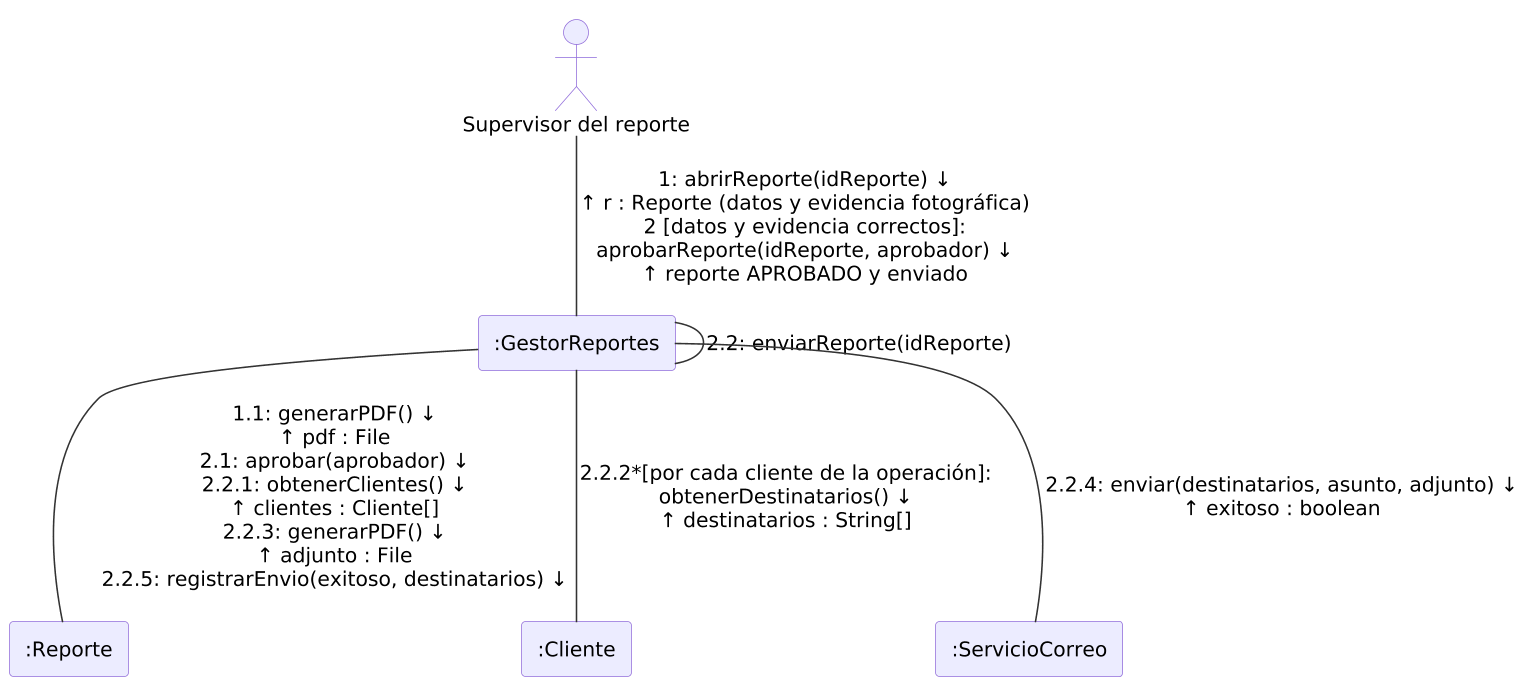
Before: Figuras/diagramas/20-col-validar-reporte.png, a diagram exported from PlantUML (RenatoEspina/Latex-proyecto).
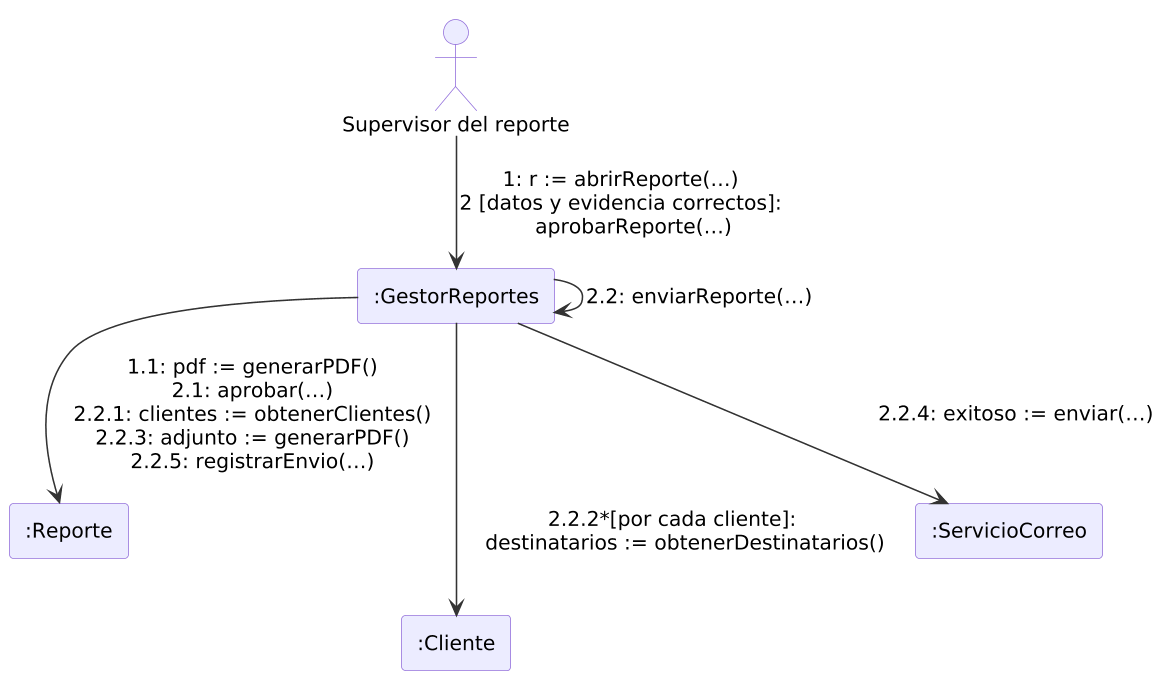
Above is the later version.

Change to the diagram source:
```diff
@@ -1,15 +1,17 @@
 @startuml
 skinparamlocked dpi 150
 !include _estilo.iuml
+
 actor "Supervisor del reporte" as SUP
 rectangle ":GestorReportes" as GR
 rectangle ":Reporte" as R
 rectangle ":Cliente" as C
 rectangle ":ServicioCorreo" as SC
 
-SUP -- GR : "1: abrirReporte(idReporte) ↓\n↑ r : Reporte (datos y evidencia fotográfica)\n2 [datos y evidencia correctos]:\naprobarReporte(idReporte, aprobador) ↓\n↑ reporte APROBADO y enviado"
-GR -- GR : "2.2: enviarReporte(idReporte)"
-GR -- R : "1.1: generarPDF() ↓\n↑ pdf : File\n2.1: aprobar(aprobador) ↓\n2.2.1: obtenerClientes() ↓\n↑ clientes : Cliente[]\n2.2.3: generarPDF() ↓\n↑ adjunto : File\n2.2.5: registrarEnvio(exitoso, destinatarios) ↓"
-GR -- C : "2.2.2*[por cada cliente de la operación]:\nobtenerDestinatarios() ↓\n↑ destinatarios : String[]"
-GR -- SC : "2.2.4: enviar(destinatarios, asunto, adjunto) ↓\n↑ exitoso : boolean"
+SUP --> GR : "1: r := abrirReporte(…)\n2 [datos y evidencia correctos]:\n    aprobarReporte(…)"
+GR --> GR : "2.2: enviarReporte(…)"
+GR --> R : "1.1: pdf := generarPDF()\n2.1: aprobar(…)\n2.2.1: clientes := obtenerClientes()\n2.2.3: adjunto := generarPDF()\n2.2.5: registrarEnvio(…)"
+GR ---> C : "2.2.2*[por cada cliente]:\n    destinatarios := obtenerDestinatarios()"
+GR --> SC : "2.2.4: exitoso := enviar(…)"
+
 @enduml
```
